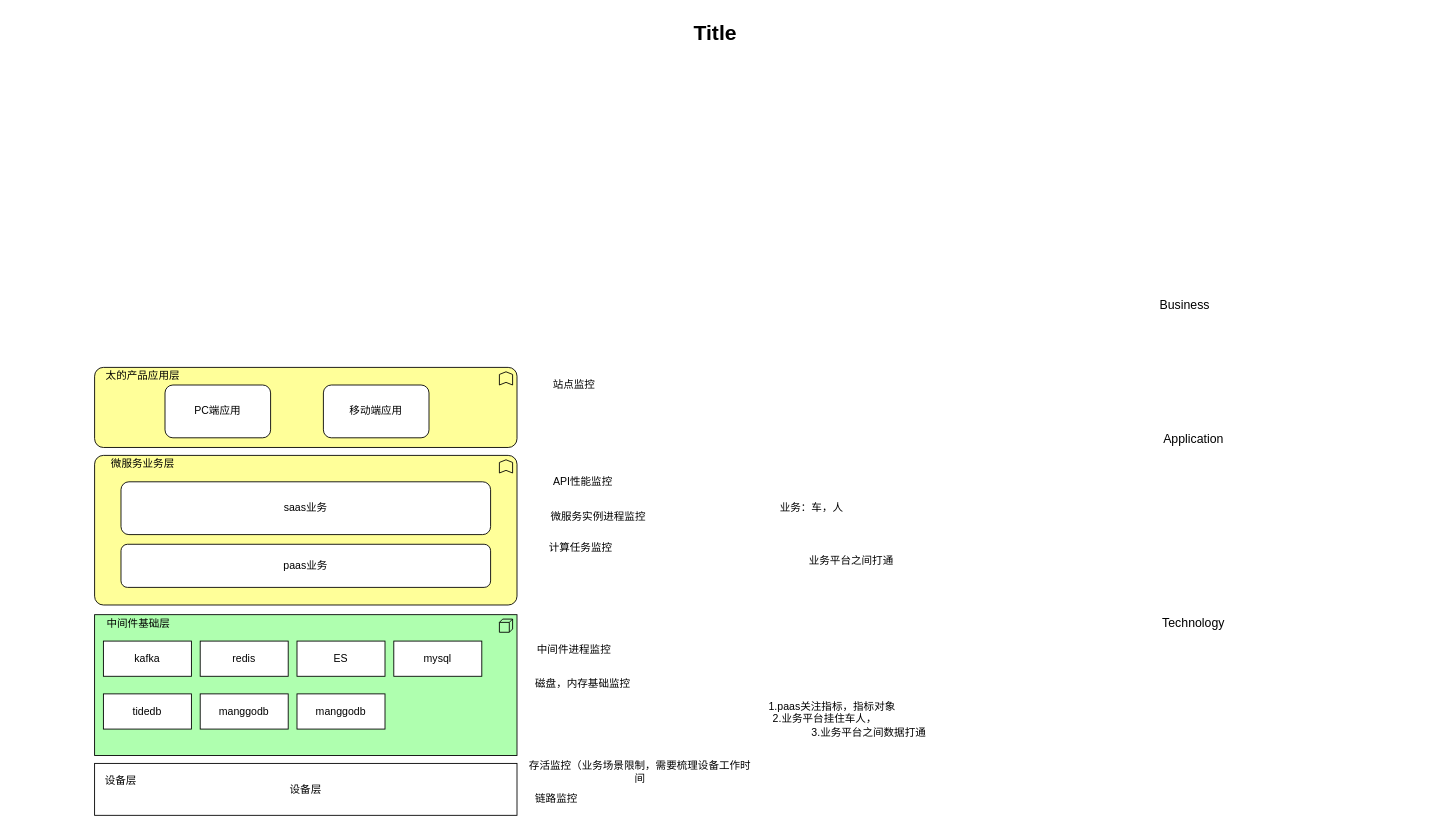
The draw.io diagram page "Page-1" (1 of 2) of 太的平台组件图.drawio in enzhouguo/orange, before the edit. Source tidied: cells renumbered, new cells numbered last; positions are measured from the earlier drawing's top-left corner, leaving out a move shared by most shapes. Both pictures are drawn from the tidied source at 88%, with x=0, y=0 at pixel (15, 15).
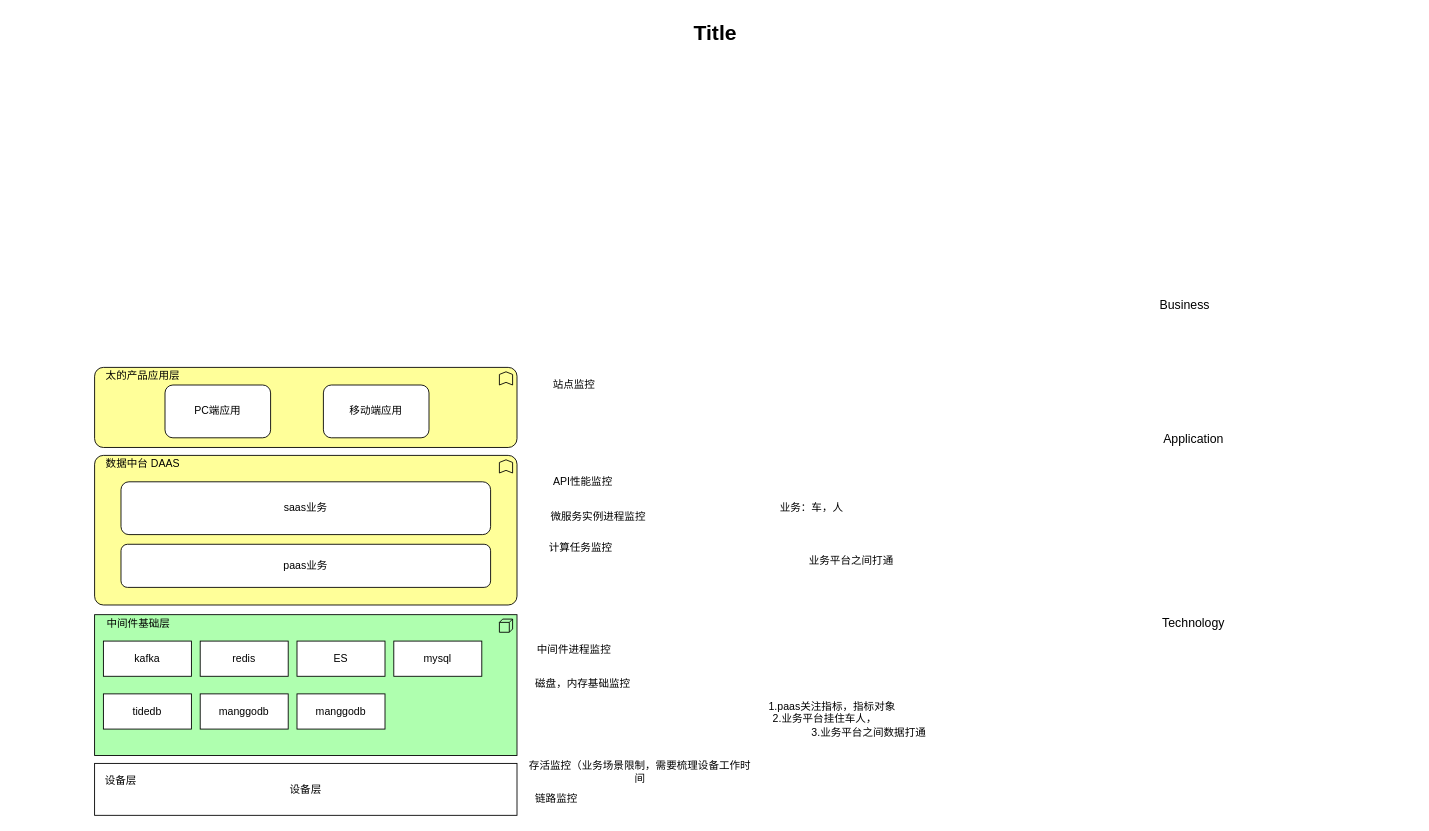
After the change.

Commit message:
Update 太的平台组件图.drawio

The edit, as a diff of the source:
```diff
@@
-    <mxCell id="26" value="微服务业务层" style="text;html=1;strokeColor=none;fillColor=none;align=center;verticalAlign=middle;whiteSpace=wrap;rounded=0;" parent="1" vertex="1">
+    <mxCell id="26" value="数据中台 DAAS" style="text;html=1;strokeColor=none;fillColor=none;align=center;verticalAlign=middle;whiteSpace=wrap;rounded=0;" parent="1" vertex="1">
       <mxGeometry x="100" y="500" width="90" height="20" as="geometry" />
     </mxCell>
```
